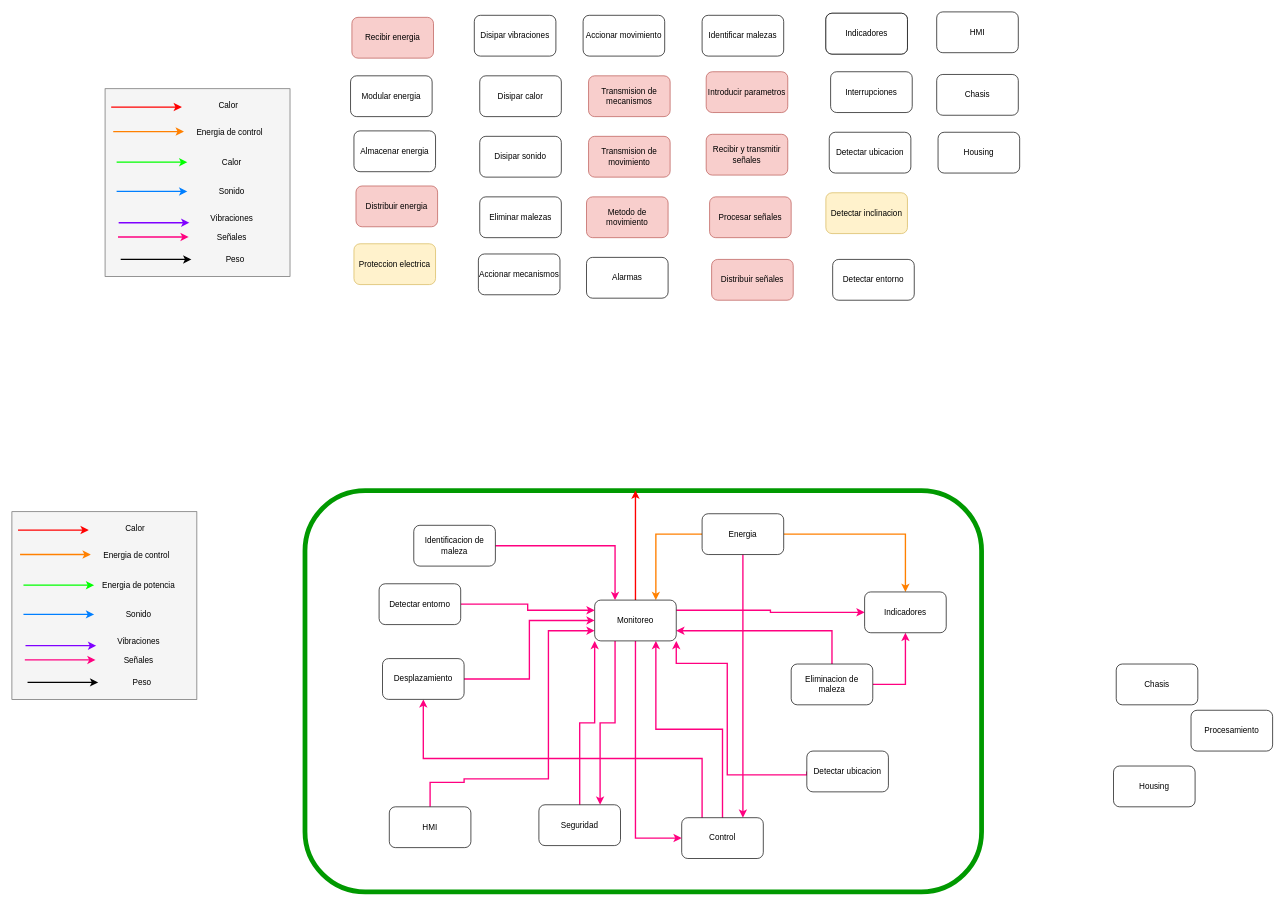
Dartherick/DSM keeps this draw.io diagram as page "Análisis de Interacciones" (2 of 3) of Diseño.drawio. Above is the earlier version. Source tidied: cells renumbered, new cells numbered last; positions are measured from the earlier drawing's top-left corner, leaving out a move shared by most shapes. Both pictures are drawn from the tidied source at 68%, with x=0, y=0 at pixel (12, 12).
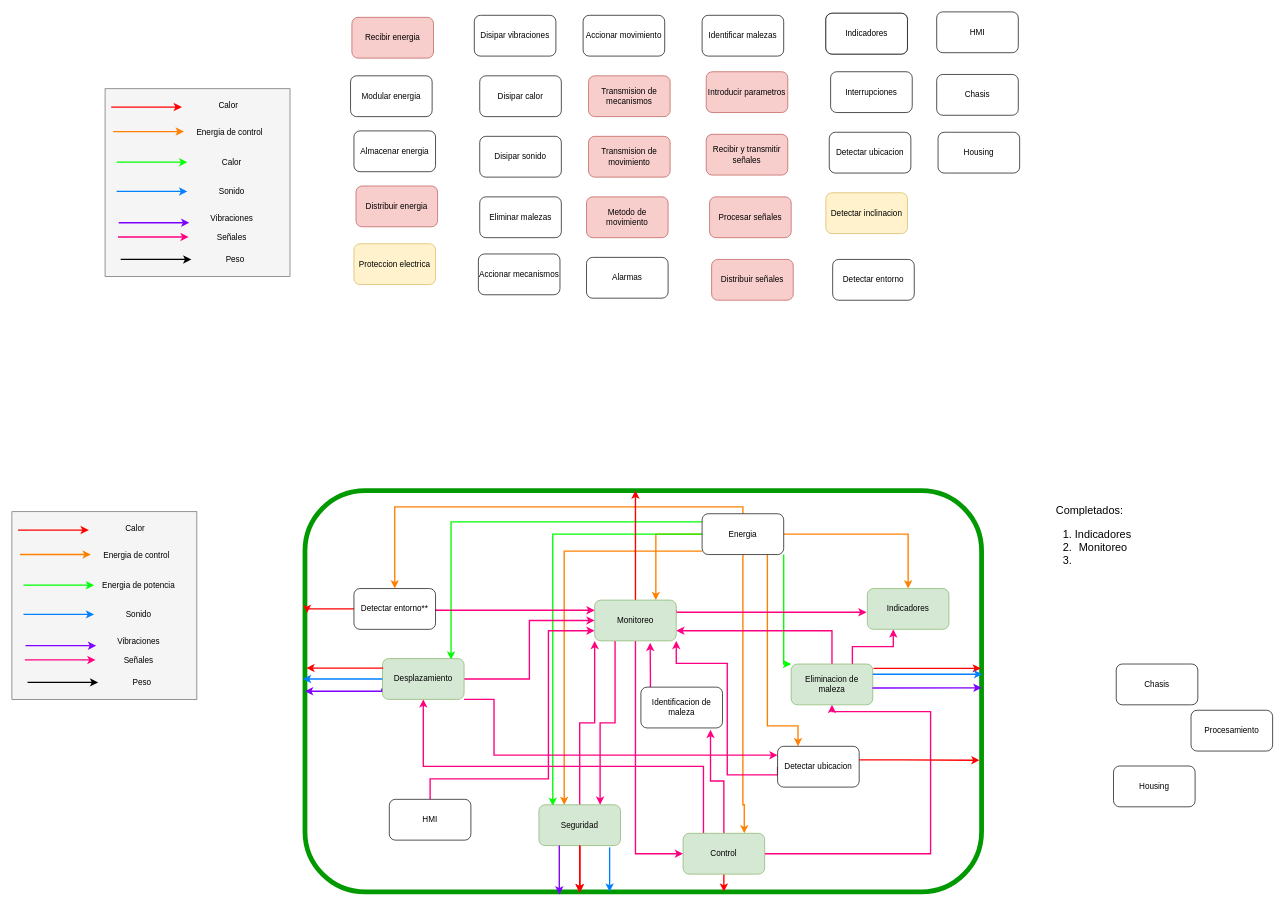
After the change.

Commit message:
Update Diseño.drawio - Agregando conexiones

Unchanged cells that the change refers to:
```xml
<mxCell id="2" style="rounded=1;whiteSpace=wrap;html=1;strokeWidth=7;strokeColor=#009900;" parent="1" vertex="1">
  <mxGeometry x="431" y="704" width="995" height="590" as="geometry" />
</mxCell>
<mxCell id="65" value="Energia" style="rounded=1;whiteSpace=wrap;html=1;" parent="1" vertex="1">
  <mxGeometry x="1015" y="738" width="120" height="60" as="geometry" />
</mxCell>
```

The edit, as a diff of the source:
```diff
@@
-    <mxCell id="64" style="edgeStyle=orthogonalEdgeStyle;rounded=0;jettySize=auto;html=1;exitX=0.5;exitY=1;exitDx=0;exitDy=0;entryX=0.75;entryY=0;entryDx=0;entryDy=0;strokeColor=#FF0080;strokeWidth=2;" parent="1" edge="1" source="65" target="70">
+    <mxCell id="64" style="edgeStyle=orthogonalEdgeStyle;rounded=0;jettySize=auto;html=1;exitX=0.5;exitY=1;exitDx=0;exitDy=0;entryX=0.75;entryY=0;entryDx=0;entryDy=0;strokeColor=#FF8000;strokeWidth=2;" parent="1" edge="1" source="65" target="70">
       <mxGeometry relative="1" as="geometry">
         <Array as="points">
           <mxPoint x="1075" y="1166" />
         </Array>
       </mxGeometry>
     </mxCell>
+    <mxCell id="93" style="edgeStyle=orthogonalEdgeStyle;rounded=0;jettySize=auto;html=1;entryX=0.84;entryY=0.027;entryDx=0;entryDy=0;entryPerimeter=0;fontSize=11;strokeColor=#00FF00;strokeWidth=2;" parent="1" edge="1" source="65" target="84">
+      <mxGeometry relative="1" as="geometry">
+        <Array as="points">
+          <mxPoint x="646" y="750" />
+        </Array>
+      </mxGeometry>
+    </mxCell>
+    <mxCell id="94" style="edgeStyle=orthogonalEdgeStyle;rounded=0;jettySize=auto;html=1;entryX=0;entryY=0;entryDx=0;entryDy=0;fontSize=11;exitX=1;exitY=1;exitDx=0;exitDy=0;strokeColor=#00FF00;strokeWidth=2;" parent="1" edge="1" source="65" target="75">
+      <mxGeometry relative="1" as="geometry">
+        <Array as="points">
+          <mxPoint x="1135" y="959" />
+        </Array>
+      </mxGeometry>
+    </mxCell>
+    <mxCell id="95" style="edgeStyle=orthogonalEdgeStyle;rounded=0;jettySize=auto;html=1;entryX=0.31;entryY=0.003;entryDx=0;entryDy=0;entryPerimeter=0;fontSize=11;startArrow=none;endArrow=classic;strokeColor=#FF8000;strokeWidth=2;" parent="1" edge="1" source="65" target="72">
+      <mxGeometry relative="1" as="geometry">
+        <Array as="points">
+          <mxPoint x="812" y="793" />
+        </Array>
+      </mxGeometry>
+    </mxCell>
+    <mxCell id="96" style="edgeStyle=orthogonalEdgeStyle;rounded=0;jettySize=auto;html=1;entryX=0.17;entryY=0.03;entryDx=0;entryDy=0;entryPerimeter=0;fontSize=11;startArrow=none;endArrow=classic;strokeColor=#00FF00;strokeWidth=2;" parent="1" edge="1" source="65" target="72">
+      <mxGeometry relative="1" as="geometry" />
+    </mxCell>
+    <mxCell id="97" style="edgeStyle=orthogonalEdgeStyle;rounded=0;jettySize=auto;html=1;entryX=0.5;entryY=0;entryDx=0;entryDy=0;fontSize=11;startArrow=none;endArrow=classic;strokeColor=#FF8000;strokeWidth=2;" parent="1" edge="1" source="65" target="92">
+      <mxGeometry relative="1" as="geometry">
+        <Array as="points">
+          <mxPoint x="1075" y="728" />
+          <mxPoint x="563" y="728" />
+        </Array>
+      </mxGeometry>
+    </mxCell>
+    <mxCell id="98" style="edgeStyle=orthogonalEdgeStyle;rounded=0;jettySize=auto;html=1;entryX=0.25;entryY=0;entryDx=0;entryDy=0;fontSize=11;startArrow=none;endArrow=classic;strokeColor=#FF8000;strokeWidth=2;" parent="1" edge="1" source="65" target="90">
+      <mxGeometry relative="1" as="geometry">
+        <Array as="points">
+          <mxPoint x="1111" y="1050" />
+          <mxPoint x="1156" y="1050" />
+        </Array>
+      </mxGeometry>
+    </mxCell>
@@
     <mxCell id="66" style="edgeStyle=orthogonalEdgeStyle;rounded=0;jettySize=auto;html=1;exitX=0.5;exitY=0;exitDx=0;exitDy=0;entryX=0;entryY=0.75;entryDx=0;entryDy=0;strokeColor=#FF0080;strokeWidth=2;" parent="1" edge="1" source="67" target="80">
       <mxGeometry relative="1" as="geometry">
         <Array as="points">
-          <mxPoint x="615" y="1133" />
-          <mxPoint x="665" y="1133" />
-          <mxPoint x="665" y="1128" />
+          <mxPoint x="615" y="1128" />
           <mxPoint x="789" y="1128" />
           <mxPoint x="789" y="910" />
         </Array>
       </mxGeometry>
     </mxCell>
     <mxCell id="67" value="HMI" style="rounded=1;whiteSpace=wrap;html=1;" parent="1" vertex="1">
-      <mxGeometry x="555" y="1169" width="120" height="60" as="geometry" />
+      <mxGeometry x="555" y="1158" width="120" height="60" as="geometry" />
     </mxCell>
-    <mxCell id="68" style="edgeStyle=orthogonalEdgeStyle;rounded=0;jettySize=auto;html=1;exitX=0.5;exitY=0;exitDx=0;exitDy=0;entryX=0.75;entryY=1;entryDx=0;entryDy=0;strokeColor=#FF0080;strokeWidth=2;" parent="1" edge="1" source="70" target="80">
-      <mxGeometry relative="1" as="geometry" />
+    <mxCell id="68" style="edgeStyle=orthogonalEdgeStyle;rounded=0;jettySize=auto;html=1;exitX=0.5;exitY=0;exitDx=0;exitDy=0;entryX=0.853;entryY=1.047;entryDx=0;entryDy=0;strokeColor=#FF0080;strokeWidth=2;entryPerimeter=0;" parent="1" edge="1" source="70" target="87">
+      <mxGeometry relative="1" as="geometry">
+        <Array as="points">
+          <mxPoint x="1047" y="1131" />
+          <mxPoint x="1027" y="1131" />
+        </Array>
+      </mxGeometry>
     </mxCell>
@@
+    <mxCell id="99" style="edgeStyle=orthogonalEdgeStyle;rounded=0;jettySize=auto;html=1;strokeColor=#FF0080;strokeWidth=2;" parent="1" edge="1" source="70" target="75">
+      <mxGeometry relative="1" as="geometry">
+        <Array as="points">
+          <mxPoint x="1351" y="1238" />
+          <mxPoint x="1351" y="1029" />
+          <mxPoint x="1206" y="1029" />
+        </Array>
+      </mxGeometry>
+    </mxCell>
+    <mxCell id="100" style="edgeStyle=orthogonalEdgeStyle;rounded=0;jettySize=auto;html=1;fontSize=11;exitX=0.5;exitY=1;exitDx=0;exitDy=0;strokeColor=#FF0000;strokeWidth=2;" parent="1" edge="1" source="70" target="2">
+      <mxGeometry relative="1" as="geometry">
+        <Array as="points">
+          <mxPoint x="1045" y="1276" />
+          <mxPoint x="1045" y="1276" />
+        </Array>
+      </mxGeometry>
+    </mxCell>
-    <mxCell id="70" value="Control" style="rounded=1;whiteSpace=wrap;html=1;" parent="1" vertex="1">
-      <mxGeometry x="985" y="1185" width="120" height="60" as="geometry" />
+    <mxCell id="70" value="Control" style="rounded=1;whiteSpace=wrap;html=1;fillColor=#d5e8d4;strokeColor=#82b366;" parent="1" vertex="1">
+      <mxGeometry x="987" y="1208" width="120" height="60" as="geometry" />
     </mxCell>
@@
+    <mxCell id="101" style="edgeStyle=orthogonalEdgeStyle;rounded=0;jettySize=auto;html=1;fontSize=11;exitX=0.5;exitY=1;exitDx=0;exitDy=0;strokeColor=#FF0000;strokeWidth=2;" parent="1" edge="1" source="72">
+      <mxGeometry relative="1" as="geometry">
+        <mxPoint x="835" y="1295" as="targetPoint" />
+        <Array as="points">
+          <mxPoint x="835" y="1295" />
+        </Array>
+      </mxGeometry>
+    </mxCell>
+    <mxCell id="102" style="edgeStyle=orthogonalEdgeStyle;rounded=0;jettySize=auto;html=1;fontSize=11;exitX=0.87;exitY=1.043;exitDx=0;exitDy=0;exitPerimeter=0;strokeColor=#007FFF;strokeWidth=2;" parent="1" edge="1" source="72">
+      <mxGeometry relative="1" as="geometry">
+        <mxPoint x="879" y="1294" as="targetPoint" />
+        <Array as="points">
+          <mxPoint x="879" y="1294" />
+        </Array>
+      </mxGeometry>
+    </mxCell>
-    <mxCell id="72" value="Seguridad" style="rounded=1;whiteSpace=wrap;html=1;" parent="1" vertex="1">
+    <mxCell id="72" value="Seguridad" style="rounded=1;whiteSpace=wrap;html=1;fillColor=#d5e8d4;strokeColor=#82b366;" parent="1" vertex="1">
       <mxGeometry x="775" y="1166" width="120" height="60" as="geometry" />
     </mxCell>
@@
-    <mxCell id="74" style="edgeStyle=orthogonalEdgeStyle;rounded=0;jettySize=auto;html=1;exitX=1;exitY=0.5;exitDx=0;exitDy=0;entryX=0.5;entryY=1;entryDx=0;entryDy=0;strokeColor=#FF0080;strokeWidth=2;" parent="1" edge="1" source="75" target="85">
+    <mxCell id="74" style="edgeStyle=orthogonalEdgeStyle;rounded=0;jettySize=auto;html=1;exitX=0.75;exitY=0;exitDx=0;exitDy=0;entryX=0.318;entryY=0.997;entryDx=0;entryDy=0;entryPerimeter=0;fontSize=11;startArrow=none;endArrow=classic;strokeColor=#FF0080;strokeWidth=2;" parent="1" edge="1" source="75" target="85">
       <mxGeometry relative="1" as="geometry" />
     </mxCell>
-    <mxCell id="75" value="Eliminacion de maleza" style="rounded=1;whiteSpace=wrap;html=1;" parent="1" vertex="1">
+    <mxCell id="75" value="Eliminacion de maleza" style="rounded=1;whiteSpace=wrap;html=1;fillColor=#d5e8d4;strokeColor=#82b366;" parent="1" vertex="1">
       <mxGeometry x="1146" y="959" width="120" height="60" as="geometry" />
     </mxCell>
-    <mxCell id="76" style="edgeStyle=orthogonalEdgeStyle;rounded=0;jettySize=auto;html=1;exitX=1;exitY=0.25;exitDx=0;exitDy=0;entryX=0;entryY=0.5;entryDx=0;entryDy=0;strokeColor=#FF0080;strokeWidth=2;" parent="1" edge="1" source="80" target="85">
-      <mxGeometry relative="1" as="geometry" />
+    <mxCell id="76" style="edgeStyle=orthogonalEdgeStyle;rounded=0;jettySize=auto;html=1;exitX=1;exitY=0.25;exitDx=0;exitDy=0;entryX=-0.01;entryY=0.582;entryDx=0;entryDy=0;strokeColor=#FF0080;strokeWidth=2;entryPerimeter=0;" parent="1" edge="1" source="80" target="85">
+      <mxGeometry relative="1" as="geometry">
+        <Array as="points">
+          <mxPoint x="977" y="883" />
+        </Array>
+      </mxGeometry>
     </mxCell>
@@
-    <mxCell id="80" value="Monitoreo" style="rounded=1;whiteSpace=wrap;html=1;" parent="1" vertex="1">
+    <mxCell id="80" value="Monitoreo" style="rounded=1;whiteSpace=wrap;html=1;fillColor=#d5e8d4;strokeColor=#82b366;" parent="1" vertex="1">
       <mxGeometry x="857" y="865" width="120" height="60" as="geometry" />
     </mxCell>
@@
+    <mxCell id="103" style="edgeStyle=orthogonalEdgeStyle;rounded=0;jettySize=auto;html=1;entryX=0;entryY=0.5;entryDx=0;entryDy=0;fontSize=11;strokeColor=#7F00FF;strokeWidth=2;" parent="1" edge="1" target="2">
+      <mxGeometry relative="1" as="geometry">
+        <mxPoint x="527" y="999" as="sourcePoint" />
+        <Array as="points">
+          <mxPoint x="544" y="999" />
+          <mxPoint x="544" y="996" />
+          <mxPoint x="546" y="996" />
+          <mxPoint x="546" y="999" />
+        </Array>
+      </mxGeometry>
+    </mxCell>
+    <mxCell id="104" style="edgeStyle=orthogonalEdgeStyle;rounded=0;jettySize=auto;html=1;fontSize=11;exitX=1;exitY=1;exitDx=0;exitDy=0;strokeColor=#FF0080;strokeWidth=2;" parent="1" edge="1" source="84" target="90">
+      <mxGeometry relative="1" as="geometry">
+        <Array as="points">
+          <mxPoint x="709" y="1011" />
+          <mxPoint x="709" y="1093" />
+        </Array>
+      </mxGeometry>
+    </mxCell>
-    <mxCell id="84" value="Desplazamiento" style="rounded=1;whiteSpace=wrap;html=1;" parent="1" vertex="1">
+    <mxCell id="84" value="Desplazamiento" style="rounded=1;whiteSpace=wrap;html=1;fillColor=#d5e8d4;strokeColor=#82b366;" parent="1" vertex="1">
       <mxGeometry x="545" y="951" width="120" height="60" as="geometry" />
     </mxCell>
-    <mxCell id="85" value="Indicadores" style="rounded=1;whiteSpace=wrap;html=1;" parent="1" vertex="1">
-      <mxGeometry x="1254" y="853" width="120" height="60" as="geometry" />
+    <mxCell id="85" value="Indicadores" style="rounded=1;whiteSpace=wrap;html=1;fillColor=#d5e8d4;strokeColor=#82b366;" parent="1" vertex="1">
+      <mxGeometry x="1258" y="848" width="120" height="60" as="geometry" />
     </mxCell>
-    <mxCell id="86" style="edgeStyle=orthogonalEdgeStyle;rounded=0;jettySize=auto;html=1;exitX=1;exitY=0.5;exitDx=0;exitDy=0;entryX=0.25;entryY=0;entryDx=0;entryDy=0;strokeColor=#FF0080;strokeWidth=2;" parent="1" edge="1" source="87" target="80">
-      <mxGeometry relative="1" as="geometry" />
+    <mxCell id="86" style="edgeStyle=orthogonalEdgeStyle;rounded=0;jettySize=auto;html=1;entryX=0.68;entryY=1.047;entryDx=0;entryDy=0;entryPerimeter=0;fontSize=11;strokeColor=#FF0080;strokeWidth=2;" parent="1" edge="1" source="87" target="80">
+      <mxGeometry relative="1" as="geometry">
+        <Array as="points">
+          <mxPoint x="939" y="976" />
+          <mxPoint x="939" y="976" />
+        </Array>
+      </mxGeometry>
     </mxCell>
     <mxCell id="87" value="Identificacion de maleza" style="rounded=1;whiteSpace=wrap;html=1;" parent="1" vertex="1">
-      <mxGeometry x="591" y="755" width="120" height="60" as="geometry" />
+      <mxGeometry x="925" y="993" width="120" height="60" as="geometry" />
     </mxCell>
@@
+    <mxCell id="105" style="edgeStyle=orthogonalEdgeStyle;rounded=0;jettySize=auto;html=1;entryX=0.997;entryY=0.672;entryDx=0;entryDy=0;entryPerimeter=0;fontSize=11;startArrow=none;startFill=0;endArrow=classic;endFill=1;strokeColor=#FF0000;strokeWidth=2;" parent="1" edge="1" source="90" target="2">
+      <mxGeometry relative="1" as="geometry">
+        <Array as="points">
+          <mxPoint x="1308" y="1100" />
+          <mxPoint x="1308" y="1100" />
+        </Array>
+      </mxGeometry>
+    </mxCell>
     <mxCell id="90" value="Detectar ubicacion" style="rounded=1;whiteSpace=wrap;html=1;" parent="1" vertex="1">
-      <mxGeometry x="1169" y="1087" width="120" height="60" as="geometry" />
+      <mxGeometry x="1126" y="1080" width="120" height="60" as="geometry" />
     </mxCell>
     <mxCell id="91" style="edgeStyle=orthogonalEdgeStyle;rounded=0;jettySize=auto;html=1;exitX=1;exitY=0.5;exitDx=0;exitDy=0;entryX=0;entryY=0.25;entryDx=0;entryDy=0;strokeColor=#FF0080;strokeWidth=2;" parent="1" edge="1" source="92" target="80">
-      <mxGeometry relative="1" as="geometry" />
+      <mxGeometry relative="1" as="geometry">
+        <Array as="points">
+          <mxPoint x="623" y="880" />
+        </Array>
+      </mxGeometry>
     </mxCell>
+    <mxCell id="106" style="edgeStyle=orthogonalEdgeStyle;rounded=0;jettySize=auto;html=1;entryX=0.003;entryY=0.305;entryDx=0;entryDy=0;entryPerimeter=0;fontSize=11;startArrow=none;endArrow=classic;strokeColor=#FF0000;strokeWidth=2;" parent="1" edge="1" source="92" target="2">
+      <mxGeometry relative="1" as="geometry">
+        <Array as="points">
+          <mxPoint x="434" y="878" />
+        </Array>
+      </mxGeometry>
+    </mxCell>
-    <mxCell id="92" value="Detectar entorno" style="rounded=1;whiteSpace=wrap;html=1;" parent="1" vertex="1">
-      <mxGeometry x="540" y="841" width="120" height="60" as="geometry" />
+    <mxCell id="92" value="Detectar entorno**" style="rounded=1;whiteSpace=wrap;html=1;" parent="1" vertex="1">
+      <mxGeometry x="503" y="848" width="120" height="60" as="geometry" />
     </mxCell>
+    <mxCell id="107" value="&lt;font style=&quot;font-size: 16px&quot;&gt;Completados:&lt;br&gt;&lt;/font&gt;&lt;ol style=&quot;font-size: 16px&quot;&gt;&lt;li&gt;Indicadores&lt;/li&gt;&lt;li&gt;Monitoreo&lt;/li&gt;&lt;li&gt;&lt;br&gt;&lt;/li&gt;&lt;/ol&gt;" style="text;html=1;strokeColor=none;fillColor=none;align=center;verticalAlign=middle;whiteSpace=wrap;rounded=0;" parent="1" vertex="1">
+      <mxGeometry x="1485" y="680" width="200" height="195" as="geometry" />
+    </mxCell>
+    <mxCell id="108" style="edgeStyle=orthogonalEdgeStyle;rounded=0;jettySize=auto;html=1;fontSize=11;exitX=0.5;exitY=1;exitDx=0;exitDy=0;strokeColor=#FF0000;strokeWidth=2;" parent="1" edge="1" source="72">
+      <mxGeometry relative="1" as="geometry">
+        <mxPoint x="835" y="1295" as="targetPoint" />
+        <Array as="points">
+          <mxPoint x="835" y="1255" />
+          <mxPoint x="835" y="1255" />
+        </Array>
+      </mxGeometry>
+    </mxCell>
+    <mxCell id="109" style="edgeStyle=orthogonalEdgeStyle;rounded=0;jettySize=auto;html=1;fontSize=11;exitX=0.5;exitY=1;exitDx=0;exitDy=0;strokeColor=#FF0000;strokeWidth=2;" parent="1" edge="1" source="72">
+      <mxGeometry relative="1" as="geometry">
+        <mxPoint x="835" y="1295" as="targetPoint" />
+        <Array as="points">
+          <mxPoint x="835" y="1274" />
+          <mxPoint x="835" y="1274" />
+        </Array>
+      </mxGeometry>
+    </mxCell>
+    <mxCell id="110" style="edgeStyle=orthogonalEdgeStyle;rounded=0;jettySize=auto;html=1;fontSize=11;strokeColor=#7F00FF;strokeWidth=2;exitX=0.25;exitY=1;exitDx=0;exitDy=0;" parent="1" edge="1" source="72">
+      <mxGeometry relative="1" as="geometry">
+        <mxPoint x="805" y="1298" as="targetPoint" />
+        <Array as="points">
+          <mxPoint x="805" y="1298" />
+        </Array>
+      </mxGeometry>
+    </mxCell>
+    <mxCell id="111" style="edgeStyle=orthogonalEdgeStyle;rounded=0;jettySize=auto;html=1;fontSize=11;exitX=0;exitY=0.25;exitDx=0;exitDy=0;strokeColor=#FF0000;strokeWidth=2;" parent="1" edge="1" source="84">
+      <mxGeometry relative="1" as="geometry">
+        <mxPoint x="433" y="965" as="targetPoint" />
+        <Array as="points">
+          <mxPoint x="545" y="965" />
+        </Array>
+      </mxGeometry>
+    </mxCell>
+    <mxCell id="112" style="edgeStyle=orthogonalEdgeStyle;rounded=0;jettySize=auto;html=1;fontSize=11;exitX=0;exitY=0.5;exitDx=0;exitDy=0;strokeColor=#007FFF;strokeWidth=2;" parent="1" edge="1" source="84">
+      <mxGeometry relative="1" as="geometry">
+        <mxPoint x="428" y="981" as="targetPoint" />
+        <Array as="points">
+          <mxPoint x="428" y="981" />
+        </Array>
+      </mxGeometry>
+    </mxCell>
+    <mxCell id="113" style="edgeStyle=orthogonalEdgeStyle;rounded=0;jettySize=auto;html=1;entryX=0.996;entryY=0.588;entryDx=0;entryDy=0;fontSize=11;strokeColor=#7F00FF;strokeWidth=2;startArrow=classic;startFill=1;endArrow=none;endFill=0;entryPerimeter=0;" parent="1" edge="1" target="75">
+      <mxGeometry relative="1" as="geometry">
+        <mxPoint x="1426" y="994" as="sourcePoint" />
+        <Array as="points">
+          <mxPoint x="1426" y="994" />
+          <mxPoint x="1421" y="994" />
+        </Array>
+      </mxGeometry>
+    </mxCell>
+    <mxCell id="114" style="edgeStyle=orthogonalEdgeStyle;rounded=0;jettySize=auto;html=1;fontSize=11;strokeColor=#FF0000;strokeWidth=2;startArrow=classic;startFill=1;endArrow=none;endFill=0;entryX=1.009;entryY=0.106;entryDx=0;entryDy=0;entryPerimeter=0;" parent="1" edge="1" target="75">
+      <mxGeometry relative="1" as="geometry">
+        <mxPoint x="1425" y="965" as="sourcePoint" />
+        <Array as="points">
+          <mxPoint x="1425" y="965" />
+          <mxPoint x="1267" y="965" />
+        </Array>
+      </mxGeometry>
+    </mxCell>
+    <mxCell id="115" style="edgeStyle=orthogonalEdgeStyle;rounded=0;jettySize=auto;html=1;fontSize=11;strokeColor=#007FFF;strokeWidth=2;startArrow=classic;startFill=1;endArrow=none;endFill=0;entryX=1;entryY=0.25;entryDx=0;entryDy=0;" parent="1" edge="1" target="75">
+      <mxGeometry relative="1" as="geometry">
+        <mxPoint x="1427" y="974" as="sourcePoint" />
+        <Array as="points">
+          <mxPoint x="1427" y="974" />
+        </Array>
+      </mxGeometry>
+    </mxCell>
```
